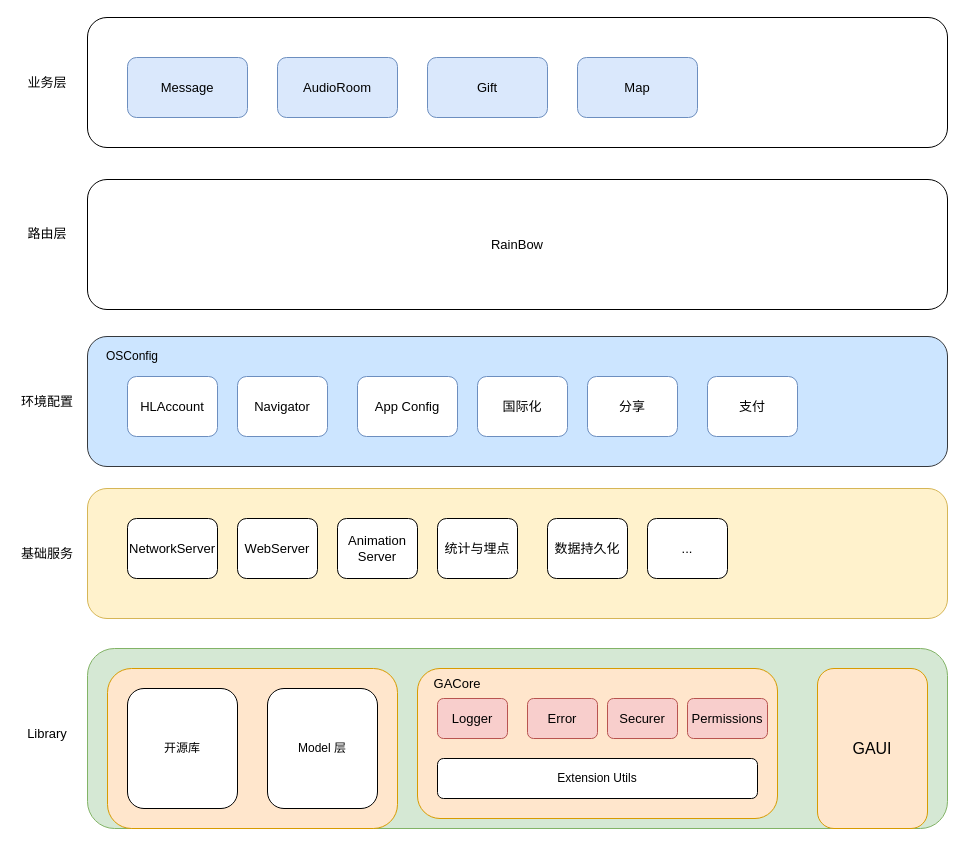
This is diagrams/Hala4.0.drawio from ygg29/UML, a draw.io file, before an edit. Source tidied: cells renumbered, new cells numbered last; positions are measured from the earlier drawing's top-left corner, leaving out a move shared by most shapes. Both pictures are drawn from the tidied source at 100%, with x=0, y=0 at pixel (17, 17).
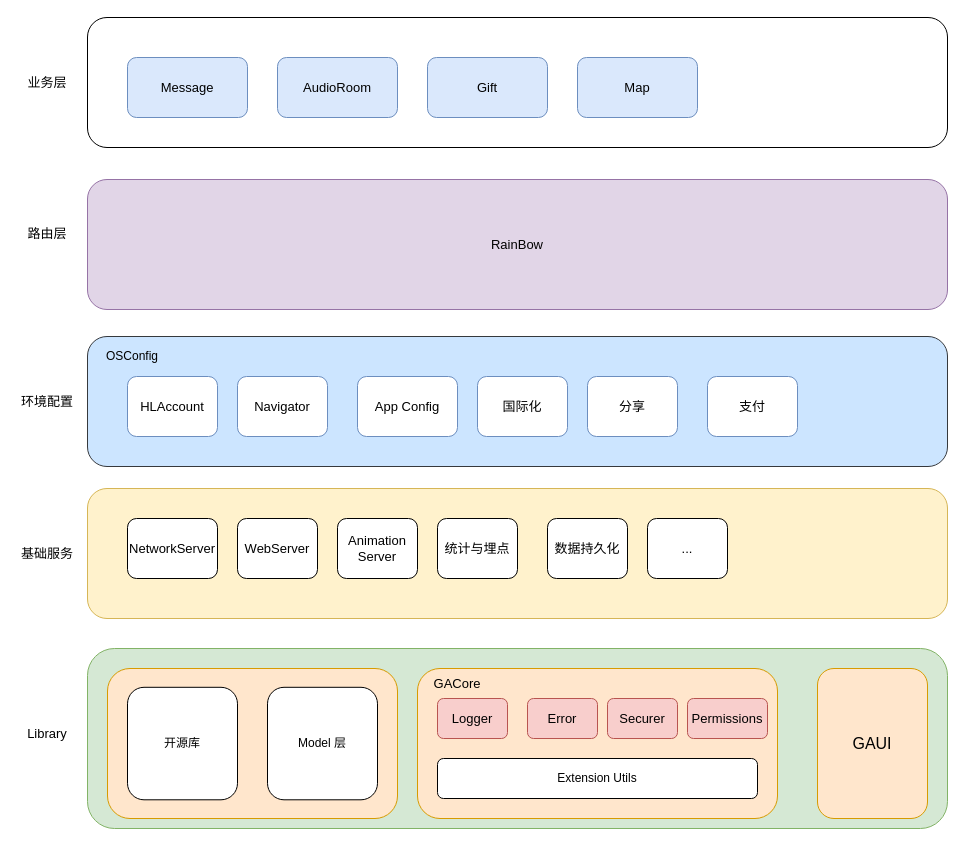
The same diagram, later.

The edit, as a diff of the source:
```diff
@@
-    <mxCell id="29" style="group;align=center;verticalAlign=middle;" parent="1" vertex="1">
-      <mxGeometry y="651" width="910" height="160" as="geometry" />
-    </mxCell>
+    <mxCell id="46" value="RainBow" style="rounded=1;whiteSpace=wrap;html=1;fontSize=13;align=center;verticalAlign=middle;fillColor=#e1d5e7;strokeColor=#9673a6;" parent="1" vertex="1">
+      <mxGeometry x="70" y="162" width="860" height="130" as="geometry" />
+    </mxCell>
+    <mxCell id="47" value="路由层" style="text;html=1;strokeColor=none;fillColor=none;align=center;verticalAlign=middle;whiteSpace=wrap;rounded=0;fontSize=13;" parent="1" vertex="1">
+      <mxGeometry y="201" width="60" height="30" as="geometry" />
+    </mxCell>
-    <mxCell id="30" value="Library" style="text;html=1;strokeColor=none;fillColor=none;align=center;verticalAlign=middle;whiteSpace=wrap;rounded=0;fontSize=13;" parent="29" vertex="1">
-      <mxGeometry y="50" width="60" height="30" as="geometry" />
+    <mxCell id="30" value="Library" style="text;html=1;strokeColor=none;fillColor=none;align=center;verticalAlign=middle;whiteSpace=wrap;rounded=0;fontSize=13;" parent="1" vertex="1">
+      <mxGeometry y="701" width="60" height="30" as="geometry" />
     </mxCell>
-    <mxCell id="31" style="group;align=center;verticalAlign=middle;" parent="29" vertex="1">
-      <mxGeometry x="90" width="290" height="160" as="geometry" />
+    <mxCell id="31" style="group;align=center;verticalAlign=middle;" parent="1" vertex="1">
+      <mxGeometry x="90" y="651" width="290" height="150" as="geometry" />
     </mxCell>
     <mxCell id="32" style="group;align=center;verticalAlign=middle;" parent="31" vertex="1">
-      <mxGeometry width="290" height="160" as="geometry" />
+      <mxGeometry width="290" height="150" as="geometry" />
     </mxCell>
     <mxCell id="33" style="rounded=1;whiteSpace=wrap;html=1;fontSize=16;strokeColor=#d79b00;fillColor=#ffe6cc;align=center;verticalAlign=middle;" parent="32" vertex="1">
-      <mxGeometry width="290" height="160" as="geometry" />
+      <mxGeometry width="290" height="150" as="geometry" />
     </mxCell>
     <mxCell id="34" value="开源库" style="rounded=1;whiteSpace=wrap;html=1;align=center;verticalAlign=middle;" parent="32" vertex="1">
-      <mxGeometry x="20" y="20" width="110" height="120" as="geometry" />
+      <mxGeometry x="20" y="18.8" width="110" height="112.5" as="geometry" />
     </mxCell>
     <mxCell id="35" value="Model 层" style="rounded=1;whiteSpace=wrap;html=1;align=center;verticalAlign=middle;" parent="32" vertex="1">
-      <mxGeometry x="160" y="20" width="110" height="120" as="geometry" />
+      <mxGeometry x="160" y="18.8" width="110" height="112.5" as="geometry" />
     </mxCell>
-    <mxCell id="36" style="group;align=center;verticalAlign=middle;" parent="29" vertex="1">
-      <mxGeometry x="800" width="110" height="160" as="geometry" />
+    <mxCell id="36" style="group;align=center;verticalAlign=middle;" parent="1" vertex="1">
+      <mxGeometry x="800" y="651" width="110" height="150" as="geometry" />
     </mxCell>
     <mxCell id="37" value="GAUI" style="rounded=1;whiteSpace=wrap;html=1;fontSize=16;strokeColor=#d79b00;fillColor=#ffe6cc;align=center;verticalAlign=middle;" parent="36" vertex="1">
-      <mxGeometry width="110" height="160" as="geometry" />
+      <mxGeometry width="110" height="150" as="geometry" />
     </mxCell>
-    <mxCell id="38" style="group;align=center;verticalAlign=middle;" parent="29" vertex="1">
-      <mxGeometry x="400" width="360" height="150" as="geometry" />
+    <mxCell id="38" style="group;align=center;verticalAlign=middle;" parent="1" vertex="1">
+      <mxGeometry x="400" y="651" width="360" height="150" as="geometry" />
     </mxCell>
@@
-    <mxCell id="46" value="RainBow" style="rounded=1;whiteSpace=wrap;html=1;fontSize=13;align=center;verticalAlign=middle;" parent="1" vertex="1">
-      <mxGeometry x="70" y="162" width="860" height="130" as="geometry" />
-    </mxCell>
-    <mxCell id="47" value="路由层" style="text;html=1;strokeColor=none;fillColor=none;align=center;verticalAlign=middle;whiteSpace=wrap;rounded=0;fontSize=13;" parent="1" vertex="1">
-      <mxGeometry y="201" width="60" height="30" as="geometry" />
-    </mxCell>
```
